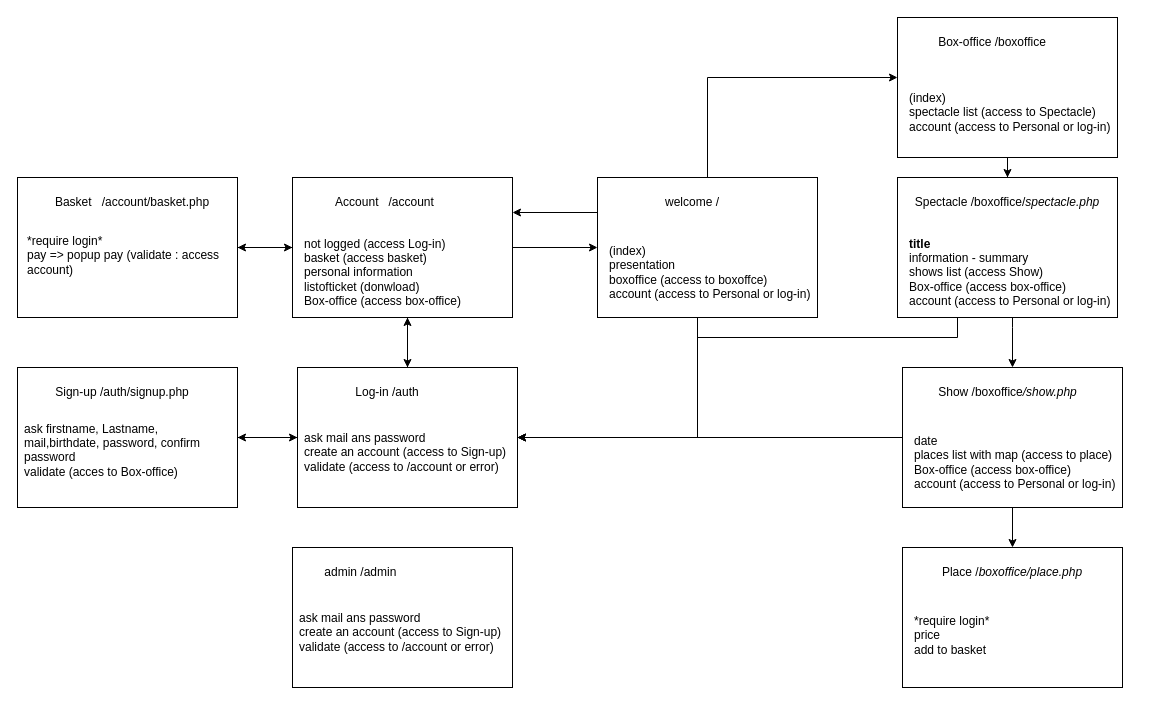
baptisteRiviere/SpectacleHallManagement keeps this draw.io diagram as page "pages web" (6 of 7) of analyse/Diagramme sans nom.drawio. Above is the earlier version. Source tidied: cells renumbered, new cells numbered last; positions are measured from the earlier drawing's top-left corner, leaving out a move shared by most shapes. Both pictures are drawn from the tidied source at 100%, with x=0, y=0 at pixel (17, 17).
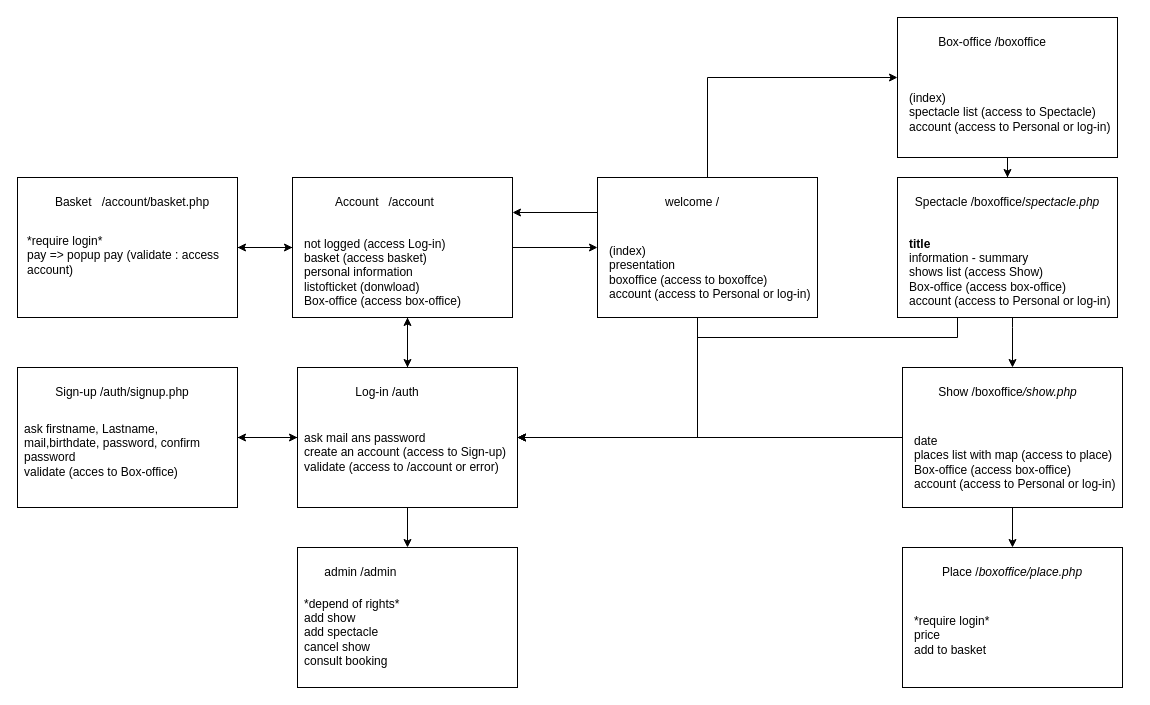
After the change.

Unchanged cells that the change refers to:
```xml
<mxCell id="23" style="rounded=0;whiteSpace=wrap;html=1;" parent="1" vertex="1">
  <mxGeometry x="280" y="350" width="220" height="140" as="geometry" />
</mxCell>
```

Diff of the diagram source:
```diff
@@
+    <mxCell id="47" style="edgeStyle=orthogonalEdgeStyle;rounded=0;jettySize=auto;html=1;" parent="1" edge="1" source="23" target="44">
+      <mxGeometry relative="1" as="geometry" />
+    </mxCell>
@@
     <mxCell id="44" style="rounded=0;whiteSpace=wrap;html=1;" parent="1" vertex="1">
-      <mxGeometry x="275" y="530" width="220" height="140" as="geometry" />
+      <mxGeometry x="280" y="530" width="220" height="140" as="geometry" />
     </mxCell>
@@
-    <mxCell id="46" value="&lt;div&gt;ask mail ans password&lt;/div&gt;&lt;div&gt;create an account (access to Sign-up)&lt;br&gt;&lt;/div&gt;&lt;div&gt;validate (access to /account or error)&lt;/div&gt;" style="text;html=1;strokeColor=none;fillColor=none;align=left;verticalAlign=middle;whiteSpace=wrap;rounded=0;" parent="1" vertex="1">
-      <mxGeometry x="280" y="570" width="210" height="90" as="geometry" />
+    <mxCell id="46" value="&lt;div&gt;*depend of rights*&lt;br&gt;&lt;/div&gt;&lt;div&gt;add show&lt;/div&gt;&lt;div&gt;add spectacle&lt;/div&gt;&lt;div&gt;cancel show&lt;br&gt;&lt;/div&gt;&lt;div&gt;consult booking&lt;br&gt;&lt;/div&gt;" style="text;html=1;strokeColor=none;fillColor=none;align=left;verticalAlign=middle;whiteSpace=wrap;rounded=0;" parent="1" vertex="1">
+      <mxGeometry x="285" y="570" width="210" height="90" as="geometry" />
     </mxCell>
```
